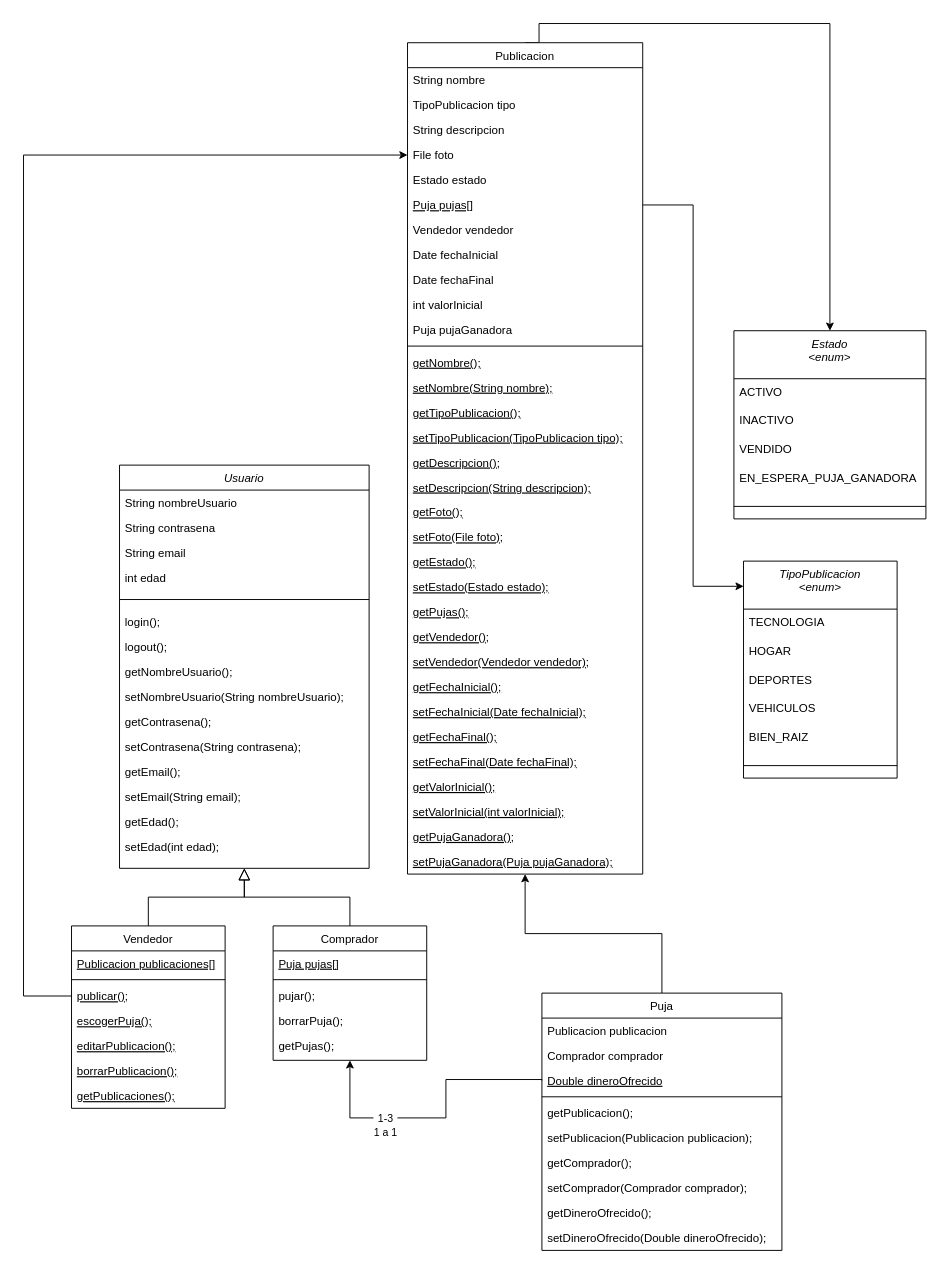
Before: src/documentos/DiagramaClases.drawio in NicholashiG/SubastasQuindio_Proyecto, a draw.io diagram. Source tidied: cells renumbered, new cells numbered last; positions are measured from the earlier drawing's top-left corner, leaving out a move shared by most shapes. Both pictures are drawn from the tidied source at 96%, with x=0, y=0 at pixel (23, 23).
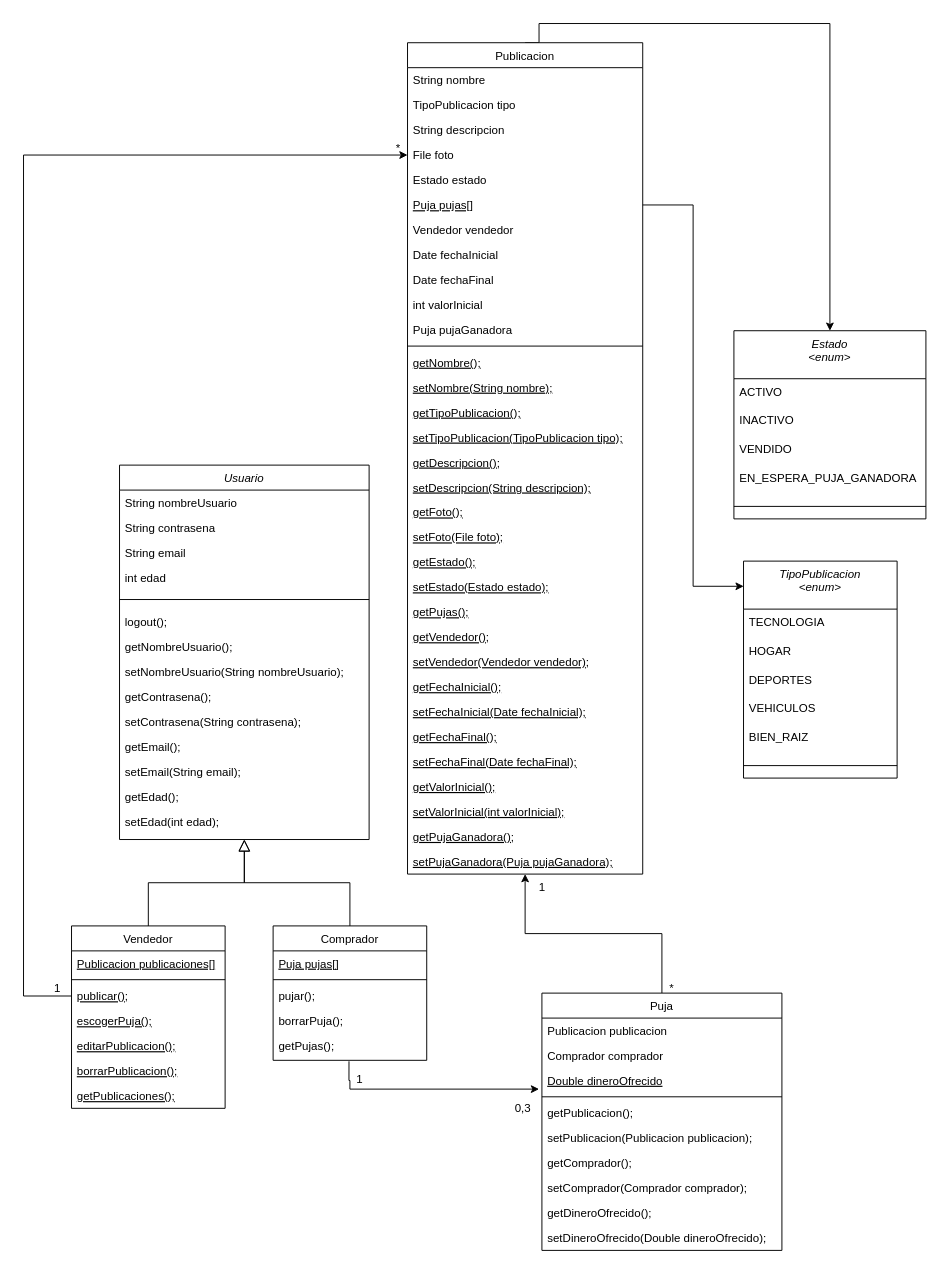
After the change.

Commit message (it also covers changes not shown here):
Se actualizan los documentos

The change refers to these unchanged cells:
```xml
<mxCell id="27" value="Comprador" style="swimlane;fontStyle=0;align=center;verticalAlign=top;horizontal=1;startSize=26;rounded=0;shadow=0;strokeWidth=1;" parent="1" vertex="1">
  <mxGeometry x="260" y="940" width="160" height="140" as="geometry" />
</mxCell>
<mxCell id="32" value="getPujas();" style="text;align=left;verticalAlign=top;spacingLeft=4;spacingRight=4;overflow=hidden;points=[[0,0.5],[1,0.5]];portConstraint=eastwest;" parent="27" vertex="1">
  <mxGeometry y="112" width="160" height="26" as="geometry" />
</mxCell>
<mxCell id="73" value="Double dineroOfrecido" style="text;align=left;verticalAlign=top;spacingLeft=4;spacingRight=4;overflow=hidden;points=[[0,0.5],[1,0.5]];portConstraint=eastwest;fontStyle=4;" parent="70" vertex="1">
  <mxGeometry y="78" width="250" height="26" as="geometry" />
</mxCell>
```

The edit, as a diff of the source:
```diff
@@
     <mxCell id="2" value="Usuario" style="swimlane;fontStyle=2;align=center;verticalAlign=top;horizontal=1;startSize=26;rounded=0;shadow=0;strokeWidth=1;" parent="1" vertex="1">
-      <mxGeometry x="100" y="460" width="260" height="420" as="geometry" />
+      <mxGeometry x="100" y="460" width="260" height="390" as="geometry" />
     </mxCell>
@@
-    <mxCell id="8" value="login();" style="text;align=left;verticalAlign=top;spacingLeft=4;spacingRight=4;overflow=hidden;rounded=0;shadow=0;html=0;" parent="2" vertex="1">
-      <mxGeometry y="150" width="260" height="26" as="geometry" />
-    </mxCell>
     <mxCell id="9" value="logout();" style="text;align=left;verticalAlign=top;spacingLeft=4;spacingRight=4;overflow=hidden;rounded=0;shadow=0;html=0;" parent="2" vertex="1">
-      <mxGeometry y="176" width="260" height="26" as="geometry" />
+      <mxGeometry y="150" width="260" height="26" as="geometry" />
     </mxCell>
     <mxCell id="10" value="getNombreUsuario();" style="text;align=left;verticalAlign=top;spacingLeft=4;spacingRight=4;overflow=hidden;rounded=0;shadow=0;html=0;" parent="2" vertex="1">
-      <mxGeometry y="202" width="260" height="26" as="geometry" />
+      <mxGeometry y="176" width="260" height="26" as="geometry" />
     </mxCell>
     <mxCell id="11" value="setNombreUsuario(String nombreUsuario);" style="text;align=left;verticalAlign=top;spacingLeft=4;spacingRight=4;overflow=hidden;rounded=0;shadow=0;html=0;" parent="2" vertex="1">
-      <mxGeometry y="228" width="260" height="26" as="geometry" />
+      <mxGeometry y="202" width="260" height="26" as="geometry" />
     </mxCell>
     <mxCell id="12" value="getContrasena();" style="text;align=left;verticalAlign=top;spacingLeft=4;spacingRight=4;overflow=hidden;rounded=0;shadow=0;html=0;" parent="2" vertex="1">
-      <mxGeometry y="254" width="260" height="26" as="geometry" />
+      <mxGeometry y="228" width="260" height="26" as="geometry" />
     </mxCell>
     <mxCell id="13" value="setContrasena(String contrasena);" style="text;align=left;verticalAlign=top;spacingLeft=4;spacingRight=4;overflow=hidden;rounded=0;shadow=0;html=0;" parent="2" vertex="1">
-      <mxGeometry y="280" width="260" height="26" as="geometry" />
+      <mxGeometry y="254" width="260" height="26" as="geometry" />
     </mxCell>
     <mxCell id="14" value="getEmail();" style="text;align=left;verticalAlign=top;spacingLeft=4;spacingRight=4;overflow=hidden;rounded=0;shadow=0;html=0;" parent="2" vertex="1">
-      <mxGeometry y="306" width="260" height="26" as="geometry" />
+      <mxGeometry y="280" width="260" height="26" as="geometry" />
     </mxCell>
     <mxCell id="15" value="setEmail(String email);" style="text;align=left;verticalAlign=top;spacingLeft=4;spacingRight=4;overflow=hidden;rounded=0;shadow=0;html=0;" parent="2" vertex="1">
-      <mxGeometry y="332" width="260" height="26" as="geometry" />
+      <mxGeometry y="306" width="260" height="26" as="geometry" />
     </mxCell>
     <mxCell id="16" value="getEdad();" style="text;align=left;verticalAlign=top;spacingLeft=4;spacingRight=4;overflow=hidden;rounded=0;shadow=0;html=0;" parent="2" vertex="1">
-      <mxGeometry y="358" width="260" height="26" as="geometry" />
+      <mxGeometry y="332" width="260" height="26" as="geometry" />
     </mxCell>
     <mxCell id="17" value="setEdad(int edad);" style="text;align=left;verticalAlign=top;spacingLeft=4;spacingRight=4;overflow=hidden;rounded=0;shadow=0;html=0;" parent="2" vertex="1">
-      <mxGeometry y="384" width="260" height="26" as="geometry" />
+      <mxGeometry y="358" width="260" height="26" as="geometry" />
     </mxCell>
@@
-    <mxCell id="81" style="edgeStyle=orthogonalEdgeStyle;rounded=0;jettySize=auto;html=1;exitX=0;exitY=0.5;exitDx=0;exitDy=0;entryX=0.5;entryY=1;entryDx=0;entryDy=0;" parent="1" edge="1" source="73" target="27">
-      <mxGeometry relative="1" as="geometry">
-        <Array as="points">
-          <mxPoint x="440" y="1100" />
-          <mxPoint x="440" y="1140" />
-          <mxPoint x="340" y="1140" />
-        </Array>
-      </mxGeometry>
-    </mxCell>
-    <mxCell id="82" value="1-3&lt;br&gt;1 a 1" style="edgeLabel;html=1;align=center;verticalAlign=middle;" parent="81" vertex="1">
-      <mxGeometry x="0.31" y="-1" relative="1" as="geometry">
-        <mxPoint x="-8" y="8" as="offset" />
-      </mxGeometry>
-    </mxCell>
@@
+    <mxCell id="98" value="1" style="text;html=1;align=center;verticalAlign=middle;strokeColor=none;fillColor=none;" parent="1" vertex="1">
+      <mxGeometry x="335" y="1085" width="30" height="30" as="geometry" />
+    </mxCell>
+    <mxCell id="99" value="0,3" style="text;html=1;align=center;verticalAlign=middle;strokeColor=none;fillColor=none;" parent="1" vertex="1">
+      <mxGeometry x="500" y="1115" width="40" height="30" as="geometry" />
+    </mxCell>
+    <mxCell id="100" value="&lt;div&gt;1&lt;/div&gt;" style="text;html=1;align=center;verticalAlign=middle;strokeColor=none;fillColor=none;" parent="1" vertex="1">
+      <mxGeometry x="20" y="990" width="30" height="30" as="geometry" />
+    </mxCell>
+    <mxCell id="101" value="&lt;div&gt;*&lt;/div&gt;" style="text;html=1;align=center;verticalAlign=middle;strokeColor=none;fillColor=none;" parent="1" vertex="1">
+      <mxGeometry x="375" y="115" width="30" height="30" as="geometry" />
+    </mxCell>
+    <mxCell id="102" value="1" style="text;html=1;align=center;verticalAlign=middle;strokeColor=none;fillColor=none;" parent="1" vertex="1">
+      <mxGeometry x="525" y="885" width="30" height="30" as="geometry" />
+    </mxCell>
+    <mxCell id="103" value="*" style="text;html=1;align=center;verticalAlign=middle;strokeColor=none;fillColor=none;" parent="1" vertex="1">
+      <mxGeometry x="660" y="990" width="30" height="30" as="geometry" />
+    </mxCell>
+    <mxCell id="81" style="edgeStyle=orthogonalEdgeStyle;rounded=0;jettySize=auto;html=1;exitX=0.494;exitY=1.115;exitDx=0;exitDy=0;exitPerimeter=0;" parent="1" edge="1" source="32">
+      <mxGeometry relative="1" as="geometry">
+        <mxPoint x="537" y="1110" as="targetPoint" />
+        <Array as="points">
+          <mxPoint x="339" y="1101" />
+          <mxPoint x="340" y="1101" />
+          <mxPoint x="340" y="1110" />
+          <mxPoint x="537" y="1110" />
+        </Array>
+      </mxGeometry>
+    </mxCell>
```
